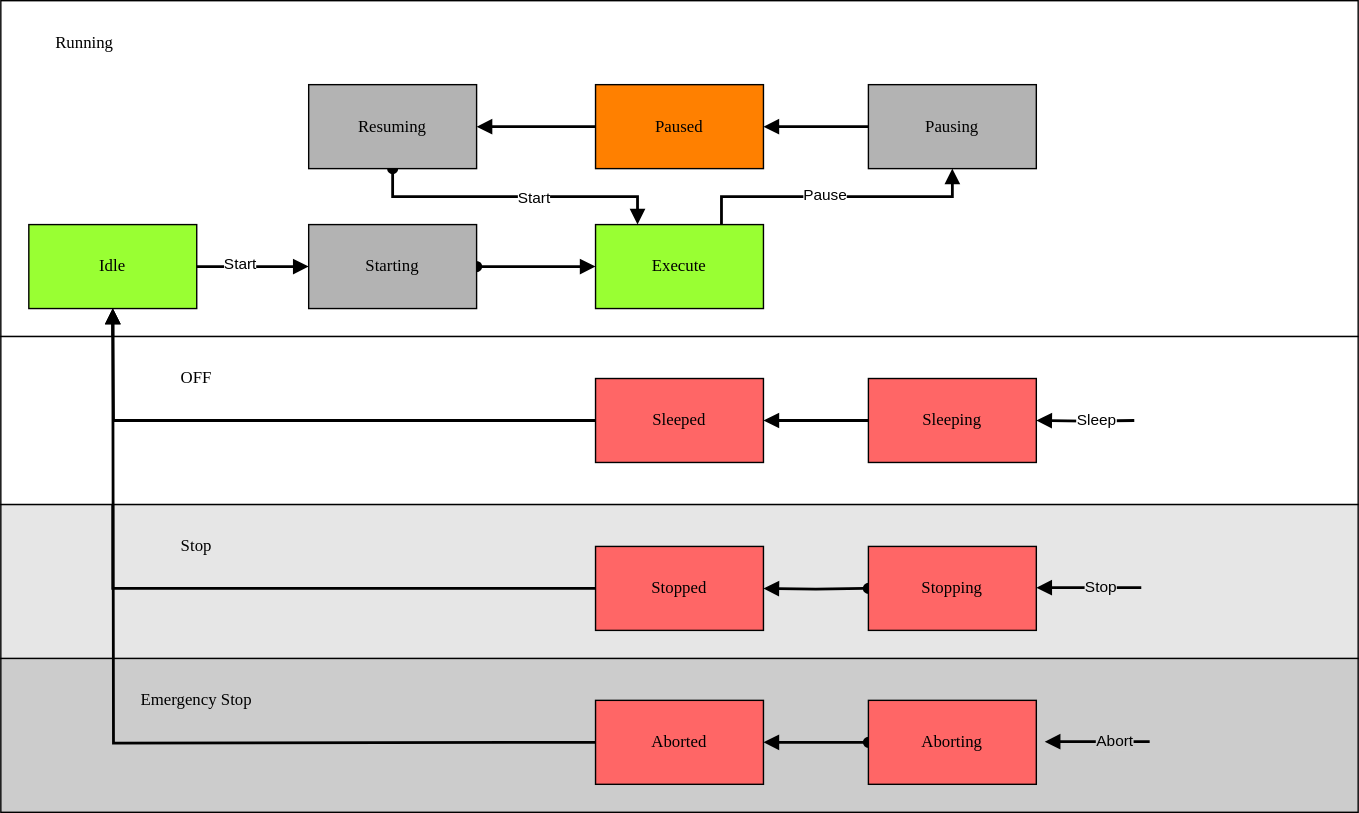
The draw.io diagram docs/StateMachine.drawio.svg in PeterZerlauth/Tc3_Component, before a commit. Source tidied: cells renumbered, new cells last; positions are measured from the earlier drawing's top-left corner, leaving out a move shared by most shapes.
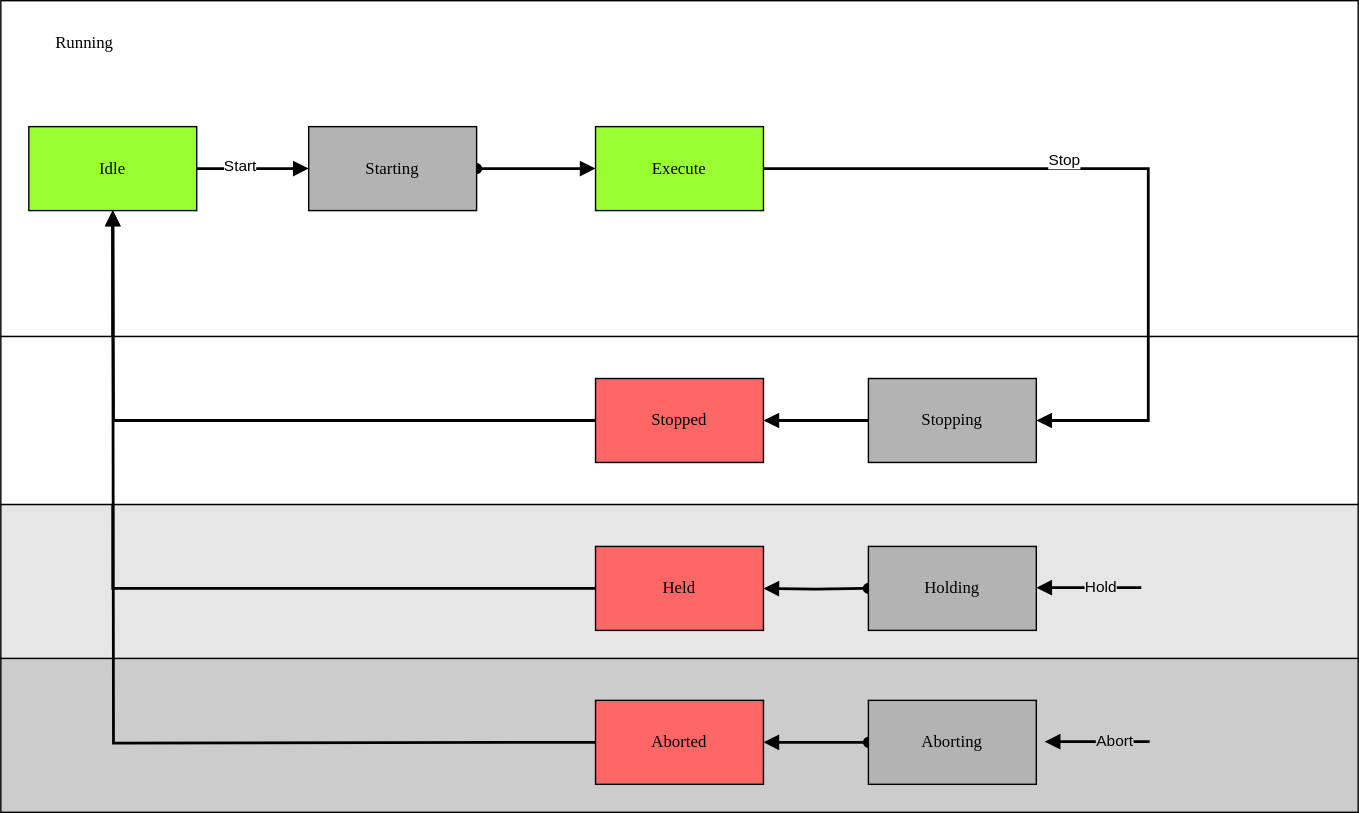
Later version of the same file.

The edit, as a diff of the source:
```diff
@@ -12,20 +12,8 @@
       <mxGeometry width="970" height="240" as="geometry" />
     </mxCell>
     <mxCell id="5" value="Execute" style="rounded=0;whiteSpace=wrap;html=1;arcSize=24;fillColor=#99FF33;strokeColor=#000000;shadow=0;comic=0;labelBackgroundColor=none;fontFamily=Verdana;fontSize=12;fontColor=#000000;align=center;" parent="1" vertex="1">
-      <mxGeometry x="425" y="160" width="120" height="60" as="geometry" />
+      <mxGeometry x="425" y="90" width="120" height="60" as="geometry" />
     </mxCell>
-    <mxCell id="6" value="Paused" style="rounded=0;whiteSpace=wrap;html=1;arcSize=24;fillColor=#FF8000;strokeColor=#000000;shadow=0;comic=0;labelBackgroundColor=none;fontFamily=Verdana;fontSize=12;fontColor=#000000;align=center;" parent="1" vertex="1">
-      <mxGeometry x="425" y="60" width="120" height="60" as="geometry" />
-    </mxCell>
-    <mxCell id="7" style="edgeStyle=orthogonalEdgeStyle;rounded=0;jettySize=auto;html=1;strokeColor=default;align=center;verticalAlign=middle;fontFamily=Helvetica;fontSize=11;fontColor=default;labelBackgroundColor=default;endArrow=block;endFill=1;strokeWidth=2;exitX=0;exitY=0.5;exitDx=0;exitDy=0;" parent="1" edge="1" source="20" target="6">
-      <mxGeometry relative="1" as="geometry" />
-    </mxCell>
-    <mxCell id="8" style="edgeStyle=orthogonalEdgeStyle;rounded=0;jettySize=auto;html=1;entryX=0.5;entryY=1;entryDx=0;entryDy=0;strokeColor=default;align=center;verticalAlign=middle;fontFamily=Helvetica;fontSize=11;fontColor=default;labelBackgroundColor=default;endArrow=block;endFill=1;exitX=0.75;exitY=0;exitDx=0;exitDy=0;strokeWidth=2;" parent="1" edge="1" source="5" target="20">
-      <mxGeometry relative="1" as="geometry" />
-    </mxCell>
-    <mxCell id="9" value="Pause" style="edgeLabel;html=1;align=center;verticalAlign=middle;fontFamily=Helvetica;fontSize=11;fontColor=default;labelBackgroundColor=#FFFFFF;" parent="8" vertex="1">
-      <mxGeometry x="-0.09" y="2" relative="1" as="geometry" />
-    </mxCell>
     <mxCell id="10" style="edgeStyle=orthogonalEdgeStyle;rounded=0;jettySize=auto;html=1;strokeColor=default;align=center;verticalAlign=middle;fontFamily=Helvetica;fontSize=11;fontColor=default;labelBackgroundColor=default;endArrow=block;endFill=1;entryX=0;entryY=0.5;entryDx=0;entryDy=0;strokeWidth=2;" parent="1" edge="1" source="12" target="19">
       <mxGeometry relative="1" as="geometry" />
     </mxCell>
@@ -33,12 +21,12 @@
       <mxGeometry x="-0.25" y="3" relative="1" as="geometry" />
     </mxCell>
     <mxCell id="12" value="Idle" style="rounded=0;whiteSpace=wrap;html=1;arcSize=24;fillColor=#99FF33;strokeColor=#000000;shadow=0;comic=0;labelBackgroundColor=none;fontFamily=Verdana;fontSize=12;fontColor=#000000;align=center;" parent="1" vertex="1">
-      <mxGeometry x="20" y="160" width="120" height="60" as="geometry" />
+      <mxGeometry x="20" y="90" width="120" height="60" as="geometry" />
     </mxCell>
     <mxCell id="13" style="edgeStyle=orthogonalEdgeStyle;rounded=0;jettySize=auto;html=1;entryX=0.5;entryY=1;entryDx=0;entryDy=0;strokeColor=default;align=center;verticalAlign=middle;fontFamily=Helvetica;fontSize=11;fontColor=default;labelBackgroundColor=default;endArrow=block;endFill=1;strokeWidth=2;" parent="1" edge="1" source="14" target="12">
       <mxGeometry relative="1" as="geometry" />
     </mxCell>
-    <mxCell id="14" value="Stopped" style="rounded=0;whiteSpace=wrap;html=1;arcSize=24;fillColor=#FF6666;strokeColor=#000000;shadow=0;comic=0;labelBackgroundColor=none;fontFamily=Verdana;fontSize=12;fontColor=#000000;align=center;" parent="1" vertex="1">
+    <mxCell id="14" value="Held" style="rounded=0;whiteSpace=wrap;html=1;arcSize=24;fillColor=#FF6666;strokeColor=#000000;shadow=0;comic=0;labelBackgroundColor=none;fontFamily=Verdana;fontSize=12;fontColor=#000000;align=center;" parent="1" vertex="1">
       <mxGeometry x="425" y="390" width="120" height="60" as="geometry" />
     </mxCell>
     <mxCell id="15" value="Aborted" style="rounded=0;whiteSpace=wrap;html=1;arcSize=24;fillColor=#FF6666;strokeColor=#000000;shadow=0;comic=0;labelBackgroundColor=none;fontFamily=Verdana;fontSize=12;fontColor=#000000;align=center;" parent="1" vertex="1">
@@ -56,34 +44,12 @@
       <mxGeometry relative="1" as="geometry" />
     </mxCell>
     <mxCell id="19" value="Starting" style="rounded=0;whiteSpace=wrap;html=1;arcSize=24;fillColor=#B3B3B3;strokeColor=#000000;shadow=0;comic=0;labelBackgroundColor=none;fontFamily=Verdana;fontSize=12;fontColor=#000000;align=center;" parent="1" vertex="1">
-      <mxGeometry x="220" y="160" width="120" height="60" as="geometry" />
+      <mxGeometry x="220" y="90" width="120" height="60" as="geometry" />
     </mxCell>
-    <mxCell id="20" value="Pausing" style="rounded=0;whiteSpace=wrap;html=1;arcSize=24;fillColor=#B3B3B3;strokeColor=#000000;shadow=0;comic=0;labelBackgroundColor=none;fontFamily=Verdana;fontSize=12;fontColor=#000000;align=center;" parent="1" vertex="1">
-      <mxGeometry x="620" y="60" width="120" height="60" as="geometry" />
-    </mxCell>
-    <mxCell id="21" style="edgeStyle=orthogonalEdgeStyle;rounded=0;jettySize=auto;html=1;strokeColor=default;align=center;verticalAlign=middle;fontFamily=Helvetica;fontSize=11;fontColor=default;labelBackgroundColor=default;endArrow=block;endFill=1;strokeWidth=2;" parent="1" edge="1" source="6" target="24">
-      <mxGeometry relative="1" as="geometry" />
-    </mxCell>
-    <mxCell id="22" style="edgeStyle=orthogonalEdgeStyle;rounded=0;jettySize=auto;html=1;exitX=0.5;exitY=1;exitDx=0;exitDy=0;entryX=0.25;entryY=0;entryDx=0;entryDy=0;strokeColor=default;align=center;verticalAlign=middle;fontFamily=Helvetica;fontSize=11;fontColor=default;labelBackgroundColor=default;endArrow=block;endFill=1;strokeWidth=2;startArrow=oval;startFill=1;" parent="1" edge="1" source="24" target="5">
-      <mxGeometry relative="1" as="geometry">
-        <Array as="points">
-          <mxPoint x="280" y="140" />
-          <mxPoint x="455" y="140" />
-        </Array>
-      </mxGeometry>
-    </mxCell>
-    <mxCell id="23" value="Start" style="edgeLabel;html=1;align=center;verticalAlign=middle;fontFamily=Helvetica;fontSize=11;fontColor=default;labelBackgroundColor=#FFFFFF;" parent="22" vertex="1">
-      <mxGeometry x="0.04" y="2" relative="1" as="geometry">
-        <mxPoint x="8" y="2" as="offset" />
-      </mxGeometry>
-    </mxCell>
-    <mxCell id="24" value="Resuming" style="rounded=0;whiteSpace=wrap;html=1;arcSize=24;fillColor=#B3B3B3;strokeColor=#000000;shadow=0;comic=0;labelBackgroundColor=none;fontFamily=Verdana;fontSize=12;fontColor=#000000;align=center;" parent="1" vertex="1">
-      <mxGeometry x="220" y="60" width="120" height="60" as="geometry" />
-    </mxCell>
-    <mxCell id="25" value="Stopping" style="rounded=0;whiteSpace=wrap;html=1;arcSize=24;fillColor=#FF6666;strokeColor=#000000;shadow=0;comic=0;labelBackgroundColor=none;fontFamily=Verdana;fontSize=12;fontColor=#000000;align=center;" parent="1" vertex="1">
+    <mxCell id="25" value="Holding" style="rounded=0;whiteSpace=wrap;html=1;arcSize=24;fillColor=#B3B3B3;strokeColor=#000000;shadow=0;comic=0;labelBackgroundColor=none;fontFamily=Verdana;fontSize=12;fontColor=#000000;align=center;" parent="1" vertex="1">
       <mxGeometry x="620" y="390" width="120" height="60" as="geometry" />
     </mxCell>
-    <mxCell id="26" value="Aborting" style="rounded=0;whiteSpace=wrap;html=1;arcSize=24;fillColor=#FF6666;strokeColor=#000000;shadow=0;comic=0;labelBackgroundColor=none;fontFamily=Verdana;fontSize=12;fontColor=#000000;align=center;" parent="1" vertex="1">
+    <mxCell id="26" value="Aborting" style="rounded=0;whiteSpace=wrap;html=1;arcSize=24;fillColor=#B3B3B3;strokeColor=#000000;shadow=0;comic=0;labelBackgroundColor=none;fontFamily=Verdana;fontSize=12;fontColor=#000000;align=center;" parent="1" vertex="1">
       <mxGeometry x="620" y="500" width="120" height="60" as="geometry" />
     </mxCell>
     <mxCell id="27" style="edgeStyle=orthogonalEdgeStyle;rounded=0;orthogonalLoop=1;jettySize=auto;html=1;strokeColor=default;align=center;verticalAlign=middle;fontFamily=Helvetica;fontSize=11;fontColor=default;labelBackgroundColor=default;endArrow=block;endFill=1;strokeWidth=2;" parent="1" edge="1">
@@ -92,7 +58,7 @@
         <mxPoint x="740" y="419.5" as="targetPoint" />
       </mxGeometry>
     </mxCell>
-    <mxCell id="28" value="Stop" style="edgeLabel;html=1;align=center;verticalAlign=middle;fontFamily=Helvetica;fontSize=11;fontColor=default;labelBackgroundColor=#E6E6E6;" parent="27" vertex="1">
+    <mxCell id="28" value="Hold" style="edgeLabel;html=1;align=center;verticalAlign=middle;fontFamily=Helvetica;fontSize=11;fontColor=default;labelBackgroundColor=#E6E6E6;" parent="27" vertex="1">
       <mxGeometry x="-0.2" y="3" relative="1" as="geometry">
         <mxPoint y="-4" as="offset" />
       </mxGeometry>
@@ -114,44 +80,39 @@
     <mxCell id="32" style="rounded=0;whiteSpace=wrap;html=1;fontFamily=Helvetica;fontSize=11;fontColor=default;labelBackgroundColor=default;fillColor=#FFFFFF;" parent="1" vertex="1">
       <mxGeometry y="240" width="970" height="120" as="geometry" />
     </mxCell>
-    <mxCell id="33" value="Sleeped" style="rounded=0;whiteSpace=wrap;html=1;arcSize=24;fillColor=#FF6666;strokeColor=#000000;shadow=0;comic=0;labelBackgroundColor=none;fontFamily=Verdana;fontSize=12;fontColor=#000000;align=center;" parent="1" vertex="1">
+    <mxCell id="33" value="Stopped" style="rounded=0;whiteSpace=wrap;html=1;arcSize=24;fillColor=#FF6666;strokeColor=#000000;shadow=0;comic=0;labelBackgroundColor=none;fontFamily=Verdana;fontSize=12;fontColor=#000000;align=center;" parent="1" vertex="1">
       <mxGeometry x="425" y="270" width="120" height="60" as="geometry" />
     </mxCell>
-    <mxCell id="34" value="Sleeping" style="rounded=0;whiteSpace=wrap;html=1;arcSize=24;fillColor=#FF6666;strokeColor=#000000;shadow=0;comic=0;labelBackgroundColor=none;fontFamily=Verdana;fontSize=12;fontColor=#000000;align=center;" parent="1" vertex="1">
+    <mxCell id="34" value="Stopping" style="rounded=0;whiteSpace=wrap;html=1;arcSize=24;fillColor=#B3B3B3;strokeColor=#000000;shadow=0;comic=0;labelBackgroundColor=none;fontFamily=Verdana;fontSize=12;fontColor=#000000;align=center;" parent="1" vertex="1">
       <mxGeometry x="620" y="270" width="120" height="60" as="geometry" />
     </mxCell>
-    <mxCell id="35" style="edgeStyle=orthogonalEdgeStyle;rounded=0;jettySize=auto;html=1;strokeColor=default;align=center;verticalAlign=middle;fontFamily=Helvetica;fontSize=11;fontColor=default;labelBackgroundColor=default;endArrow=block;endFill=1;strokeWidth=2;entryX=1;entryY=0.5;entryDx=0;entryDy=0;" parent="1" edge="1" target="34">
-      <mxGeometry relative="1" as="geometry">
-        <mxPoint x="810" y="300" as="sourcePoint" />
-      </mxGeometry>
-    </mxCell>
-    <mxCell id="36" value="Sleep" style="edgeLabel;html=1;align=center;verticalAlign=middle;fontFamily=Helvetica;fontSize=11;fontColor=default;labelBackgroundColor=#FFFFFF;" parent="35" vertex="1">
-      <mxGeometry x="-0.2" y="3" relative="1" as="geometry">
-        <mxPoint y="-4" as="offset" />
-      </mxGeometry>
-    </mxCell>
     <mxCell id="37" style="edgeStyle=orthogonalEdgeStyle;rounded=0;jettySize=auto;html=1;strokeColor=default;align=center;verticalAlign=middle;fontFamily=Helvetica;fontSize=11;fontColor=default;labelBackgroundColor=default;endArrow=block;endFill=1;strokeWidth=2;exitX=0;exitY=0.5;exitDx=0;exitDy=0;entryX=1;entryY=0.5;entryDx=0;entryDy=0;" parent="1" edge="1" source="34" target="33">
       <mxGeometry relative="1" as="geometry" />
     </mxCell>
     <mxCell id="38" style="edgeStyle=orthogonalEdgeStyle;rounded=0;jettySize=auto;html=1;strokeColor=default;align=center;verticalAlign=middle;fontFamily=Helvetica;fontSize=11;fontColor=default;labelBackgroundColor=default;endArrow=block;endFill=1;strokeWidth=2;exitX=0;exitY=0.5;exitDx=0;exitDy=0;" parent="1" edge="1" source="33">
       <mxGeometry relative="1" as="geometry">
-        <mxPoint x="80" y="220" as="targetPoint" />
+        <mxPoint x="80" y="150" as="targetPoint" />
       </mxGeometry>
     </mxCell>
-    <mxCell id="39" style="edgeStyle=orthogonalEdgeStyle;rounded=0;orthogonalLoop=1;jettySize=auto;html=1;strokeColor=default;align=center;verticalAlign=middle;fontFamily=Helvetica;fontSize=11;fontColor=default;labelBackgroundColor=default;endArrow=block;endFill=1;entryX=0.5;entryY=1;entryDx=0;entryDy=0;strokeWidth=2;" parent="1" edge="1">
+    <mxCell id="39" style="edgeStyle=orthogonalEdgeStyle;rounded=0;orthogonalLoop=1;jettySize=auto;html=1;strokeColor=default;align=center;verticalAlign=middle;fontFamily=Helvetica;fontSize=11;fontColor=default;labelBackgroundColor=default;endArrow=block;endFill=1;strokeWidth=2;" parent="1" edge="1">
       <mxGeometry relative="1" as="geometry">
         <mxPoint x="425" y="530" as="sourcePoint" />
-        <mxPoint x="80" y="220" as="targetPoint" />
+        <mxPoint x="80" y="150" as="targetPoint" />
       </mxGeometry>
     </mxCell>
-    <mxCell id="40" value="Emergency Stop" style="rounded=0;whiteSpace=wrap;html=1;arcSize=24;fillColor=none;strokeColor=none;shadow=0;comic=0;labelBackgroundColor=none;fontFamily=Verdana;fontSize=12;fontColor=#000000;align=center;" parent="1" vertex="1">
-      <mxGeometry x="80" y="470" width="120" height="60" as="geometry" />
-    </mxCell>
+    <mxCell id="43" style="edgeStyle=orthogonalEdgeStyle;rounded=0;jettySize=auto;html=1;strokeColor=default;align=center;verticalAlign=middle;fontFamily=Helvetica;fontSize=11;fontColor=default;labelBackgroundColor=default;endArrow=block;endFill=1;strokeWidth=2;entryX=1;entryY=0.5;entryDx=0;entryDy=0;" parent="1" edge="1" target="34">
+      <mxGeometry relative="1" as="geometry">
+        <mxPoint x="545" y="120" as="sourcePoint" />
+        <Array as="points">
+          <mxPoint x="820" y="120" />
+          <mxPoint x="820" y="300" />
+        </Array>
+      </mxGeometry>
+    </mxCell>
-    <mxCell id="41" value="Stop" style="rounded=0;whiteSpace=wrap;html=1;arcSize=24;fillColor=none;strokeColor=none;shadow=0;comic=0;labelBackgroundColor=none;fontFamily=Verdana;fontSize=12;fontColor=#000000;align=center;" parent="1" vertex="1">
-      <mxGeometry x="80" y="360" width="120" height="60" as="geometry" />
+    <mxCell id="41" value="Stop" style="edgeLabel;html=1;align=center;verticalAlign=middle;fontFamily=Helvetica;fontSize=11;fontColor=default;labelBackgroundColor=#FFFFFF;" parent="43" vertex="1">
+      <mxGeometry x="-0.2" y="3" relative="1" as="geometry">
+        <mxPoint y="-4" as="offset" />
+      </mxGeometry>
     </mxCell>
-    <mxCell id="42" value="OFF" style="rounded=0;whiteSpace=wrap;html=1;arcSize=24;fillColor=none;strokeColor=none;shadow=0;comic=0;labelBackgroundColor=none;fontFamily=Verdana;fontSize=12;fontColor=#000000;align=center;" parent="1" vertex="1">
-      <mxGeometry x="80" y="240" width="120" height="60" as="geometry" />
-    </mxCell>
   </root>
 </mxGraphModel>
```
